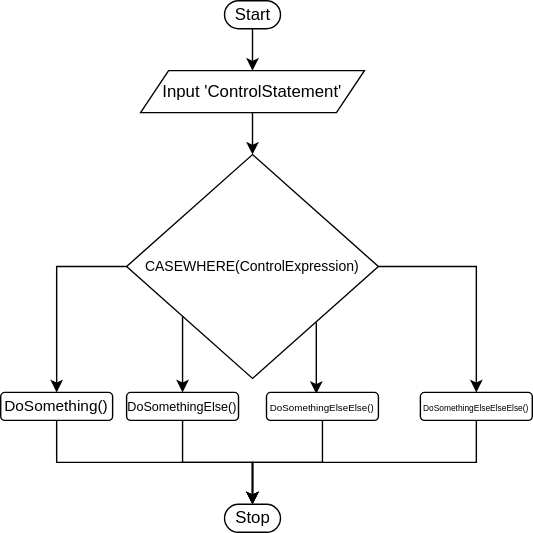
Above: 3multiway/drawio/multiway1.drawio.svg in amydevs/php-assignments (draw.io), before the change. Source tidied: cells renumbered, new cells last; positions are measured from the earlier drawing's top-left corner, leaving out a move shared by most shapes.
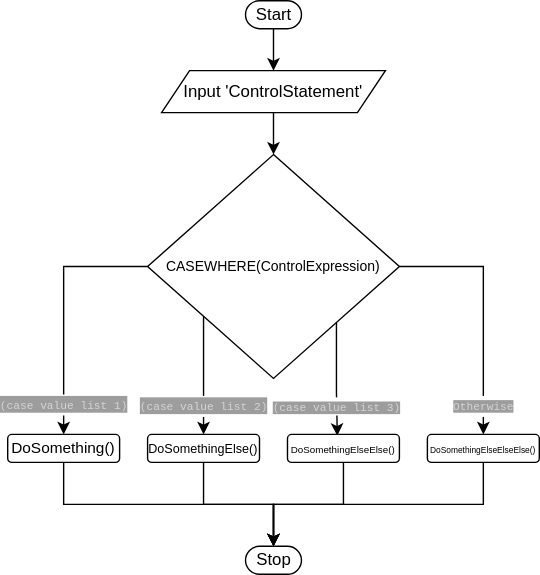
The same diagram one commit later.

Change to the diagram source:
```diff
@@ -14,14 +14,14 @@
     <mxCell id="5" value="&lt;font style=&quot;font-size: 12px&quot;&gt;Input 'ControlStatement'&lt;/font&gt;" style="shape=parallelogram;perimeter=parallelogramPerimeter;whiteSpace=wrap;html=1;fixedSize=1;" parent="1" vertex="1">
       <mxGeometry x="100" y="50" width="160" height="30" as="geometry" />
     </mxCell>
-    <mxCell id="6" style="edgeStyle=orthogonalEdgeStyle;rounded=0;jettySize=auto;html=1;exitX=0;exitY=0.5;exitDx=0;exitDy=0;" parent="1" edge="1" source="9" target="11">
-      <mxGeometry relative="1" as="geometry" />
+    <mxCell id="6" value="&lt;span style=&quot;color: rgb(212 , 212 , 212) ; font-family: &amp;#34;droid sans mono&amp;#34; , monospace , monospace , &amp;#34;droid sans fallback&amp;#34; ; font-style: normal ; font-weight: 400 ; letter-spacing: normal ; text-indent: 0px ; text-transform: none ; word-spacing: 0px ; background-color: rgba(10 , 10 , 10 , 0.4) ; display: inline ; float: none&quot;&gt;&lt;font style=&quot;font-size: 8px&quot;&gt;(case value list 1)&lt;/font&gt;&lt;/span&gt;" style="edgeStyle=orthogonalEdgeStyle;rounded=0;jettySize=auto;html=1;exitX=0;exitY=0.5;exitDx=0;exitDy=0;" parent="1" edge="1" source="9" target="11">
+      <mxGeometry x="0.76" relative="1" as="geometry" />
     </mxCell>
-    <mxCell id="7" style="edgeStyle=orthogonalEdgeStyle;rounded=0;jettySize=auto;html=1;exitX=1;exitY=0.5;exitDx=0;exitDy=0;" parent="1" edge="1" source="9" target="17">
-      <mxGeometry relative="1" as="geometry" />
+    <mxCell id="7" value="&lt;font color=&quot;#d4d4d4&quot; face=&quot;droid sans mono, monospace, monospace, droid sans fallback&quot;&gt;&lt;span style=&quot;font-size: 8px ; background-color: rgba(10 , 10 , 10 , 0.4)&quot;&gt;Otherwise&lt;/span&gt;&lt;/font&gt;" style="edgeStyle=orthogonalEdgeStyle;rounded=0;jettySize=auto;html=1;exitX=1;exitY=0.5;exitDx=0;exitDy=0;" parent="1" edge="1" source="9" target="17">
+      <mxGeometry x="0.78" relative="1" as="geometry" />
     </mxCell>
-    <mxCell id="8" style="edgeStyle=orthogonalEdgeStyle;rounded=0;jettySize=auto;html=1;exitX=1;exitY=1;exitDx=0;exitDy=0;entryX=0.445;entryY=0.05;entryDx=0;entryDy=0;entryPerimeter=0;" parent="1" edge="1" source="9" target="15">
-      <mxGeometry relative="1" as="geometry">
+    <mxCell id="8" value="&lt;span style=&quot;color: rgb(212 , 212 , 212) ; font-family: &amp;#34;droid sans mono&amp;#34; , monospace , monospace , &amp;#34;droid sans fallback&amp;#34; ; font-size: 8px ; font-style: normal ; font-weight: 400 ; letter-spacing: normal ; text-align: center ; text-indent: 0px ; text-transform: none ; word-spacing: 0px ; background-color: rgba(10 , 10 , 10 , 0.4) ; display: inline ; float: none&quot;&gt;(case value list 3)&lt;/span&gt;" style="edgeStyle=orthogonalEdgeStyle;rounded=0;jettySize=auto;html=1;exitX=1;exitY=1;exitDx=0;exitDy=0;entryX=0.445;entryY=0.05;entryDx=0;entryDy=0;entryPerimeter=0;" parent="1" edge="1" source="9" target="15">
+      <mxGeometry x="0.48" relative="1" as="geometry">
         <Array as="points">
           <mxPoint x="225" y="280" />
           <mxPoint x="226" y="280" />
@@ -35,41 +35,44 @@
       <mxGeometry relative="1" as="geometry" />
     </mxCell>
     <mxCell id="11" value="&lt;font style=&quot;font-size: 11px&quot;&gt;DoSomething()&lt;/font&gt;" style="rounded=1;whiteSpace=wrap;html=1;" parent="1" vertex="1">
-      <mxGeometry y="280" width="80" height="20" as="geometry" />
+      <mxGeometry x="-10" y="310" width="80" height="20" as="geometry" />
     </mxCell>
     <mxCell id="12" style="edgeStyle=orthogonalEdgeStyle;rounded=0;jettySize=auto;html=1;exitX=0.5;exitY=1;exitDx=0;exitDy=0;" parent="1" edge="1" source="13">
       <mxGeometry relative="1" as="geometry">
-        <mxPoint x="180" y="360" as="targetPoint" />
+        <mxPoint x="180" y="390" as="targetPoint" />
       </mxGeometry>
     </mxCell>
     <mxCell id="13" value="&lt;font style=&quot;font-size: 9px&quot;&gt;DoSomethingElse()&lt;/font&gt;" style="rounded=1;whiteSpace=wrap;html=1;" parent="1" vertex="1">
-      <mxGeometry x="90" y="280" width="80" height="20" as="geometry" />
+      <mxGeometry x="90" y="310" width="80" height="20" as="geometry" />
     </mxCell>
     <mxCell id="14" style="edgeStyle=orthogonalEdgeStyle;rounded=0;jettySize=auto;html=1;exitX=0.5;exitY=1;exitDx=0;exitDy=0;" parent="1" edge="1" source="15">
       <mxGeometry relative="1" as="geometry">
-        <mxPoint x="180" y="360" as="targetPoint" />
+        <mxPoint x="180" y="390" as="targetPoint" />
       </mxGeometry>
     </mxCell>
     <mxCell id="15" value="&lt;font style=&quot;font-size: 7px&quot;&gt;DoSomethingElseElse()&lt;/font&gt;" style="rounded=1;whiteSpace=wrap;html=1;" parent="1" vertex="1">
-      <mxGeometry x="190" y="280" width="80" height="20" as="geometry" />
+      <mxGeometry x="190" y="310" width="80" height="20" as="geometry" />
     </mxCell>
     <mxCell id="16" style="edgeStyle=orthogonalEdgeStyle;rounded=0;jettySize=auto;html=1;exitX=0.5;exitY=1;exitDx=0;exitDy=0;" parent="1" edge="1" source="17">
       <mxGeometry relative="1" as="geometry">
-        <mxPoint x="180" y="360" as="targetPoint" />
+        <mxPoint x="180" y="390" as="targetPoint" />
       </mxGeometry>
     </mxCell>
     <mxCell id="17" value="&lt;font style=&quot;font-size: 6px&quot;&gt;DoSomethingElseElseElse()&lt;/font&gt;" style="rounded=1;whiteSpace=wrap;html=1;" parent="1" vertex="1">
-      <mxGeometry x="300" y="280" width="80" height="20" as="geometry" />
+      <mxGeometry x="290" y="310" width="80" height="20" as="geometry" />
     </mxCell>
     <mxCell id="18" value="Stop" style="html=1;dashed=0;whitespace=wrap;shape=mxgraph.dfd.start;" parent="1" vertex="1">
-      <mxGeometry x="160" y="360" width="40" height="20" as="geometry" />
+      <mxGeometry x="160" y="390" width="40" height="20" as="geometry" />
     </mxCell>
-    <mxCell id="19" style="edgeStyle=orthogonalEdgeStyle;rounded=0;jettySize=auto;html=1;entryX=0.5;entryY=0;entryDx=0;entryDy=0;" parent="1" edge="1" source="9" target="13">
-      <mxGeometry relative="1" as="geometry">
+    <mxCell id="19" value="&lt;span style=&quot;color: rgb(212 , 212 , 212) ; font-family: &amp;#34;droid sans mono&amp;#34; , monospace , monospace , &amp;#34;droid sans fallback&amp;#34; ; font-style: normal ; font-weight: 400 ; letter-spacing: normal ; text-align: center ; text-indent: 0px ; text-transform: none ; word-spacing: 0px ; background-color: rgba(10 , 10 , 10 , 0.4) ; display: inline ; float: none&quot;&gt;&lt;font style=&quot;font-size: 8px&quot;&gt;(case value list 2)&lt;/font&gt;&lt;/span&gt;" style="edgeStyle=orthogonalEdgeStyle;rounded=0;jettySize=auto;html=1;entryX=0.5;entryY=0;entryDx=0;entryDy=0;" parent="1" edge="1" source="9" target="13">
+      <mxGeometry x="0.53" relative="1" as="geometry">
         <Array as="points">
           <mxPoint x="130" y="270" />
         </Array>
       </mxGeometry>
     </mxCell>
+    <mxCell id="20" style="edgeStyle=orthogonalEdgeStyle;rounded=0;orthogonalLoop=1;jettySize=auto;html=1;exitX=0.5;exitY=1;exitDx=0;exitDy=0;" parent="1" edge="1" source="17" target="17">
+      <mxGeometry relative="1" as="geometry" />
+    </mxCell>
   </root>
 </mxGraphModel>
```
